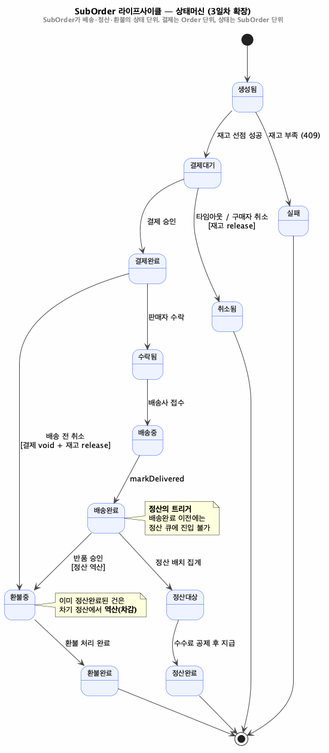
Earlier version of the PlantUML export courses/software-design-with-spec-kit/labs/speckit-ecommerce-fullscale/design/diagrams/state-suborder.png (kosta-ai-lab/ai-native-sdlc).
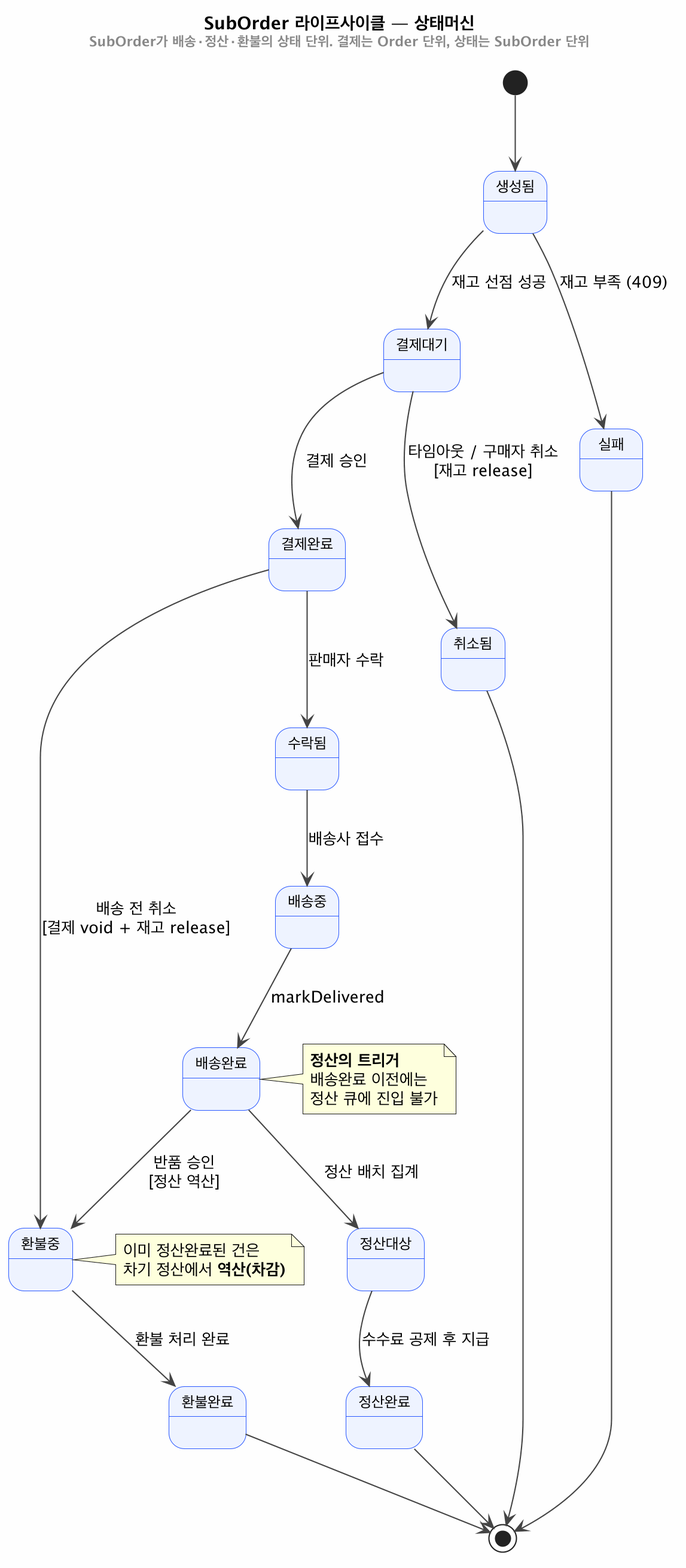
The same diagram one commit later.

Change to the diagram source:
```diff
@@ -1,4 +1,5 @@
 @startuml state-suborder
+skinparamlocked dpi 200
 skinparam backgroundColor #FEFEFE
 skinparam shadowing false
 skinparam state {
@@ -7,7 +8,7 @@
   ArrowColor #444444
   FontSize 12
 }
-title SubOrder 라이프사이클 — 상태머신 (3일차 확장)\n<size:11><color:#888>SubOrder가 배송·정산·환불의 상태 단위. 결제는 Order 단위, 상태는 SubOrder 단위</color></size>
+title SubOrder 라이프사이클 — 상태머신\n<size:11><color:#888>SubOrder가 배송·정산·환불의 상태 단위. 결제는 Order 단위, 상태는 SubOrder 단위</color></size>
 
 [*] --> 생성됨
 
```
